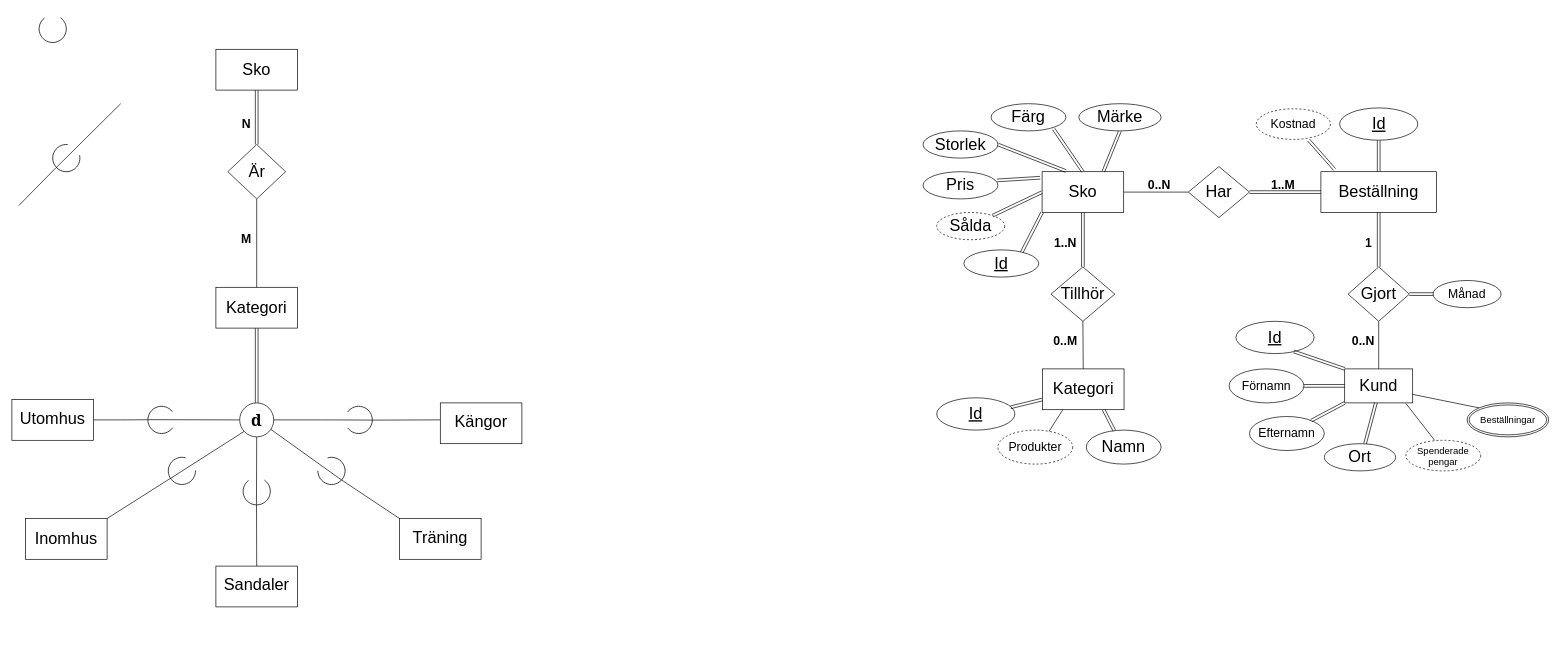
Above: Untitled Diagram.drawio in Sondaicus/Databasteknik-uppgift-1 (draw.io), before the change. Source tidied: cells renumbered, new cells numbered last; positions are measured from the earlier drawing's top-left corner, leaving out a move shared by most shapes. Both pictures are drawn from the tidied source at 68%, with x=0, y=0 at pixel (12, 15).
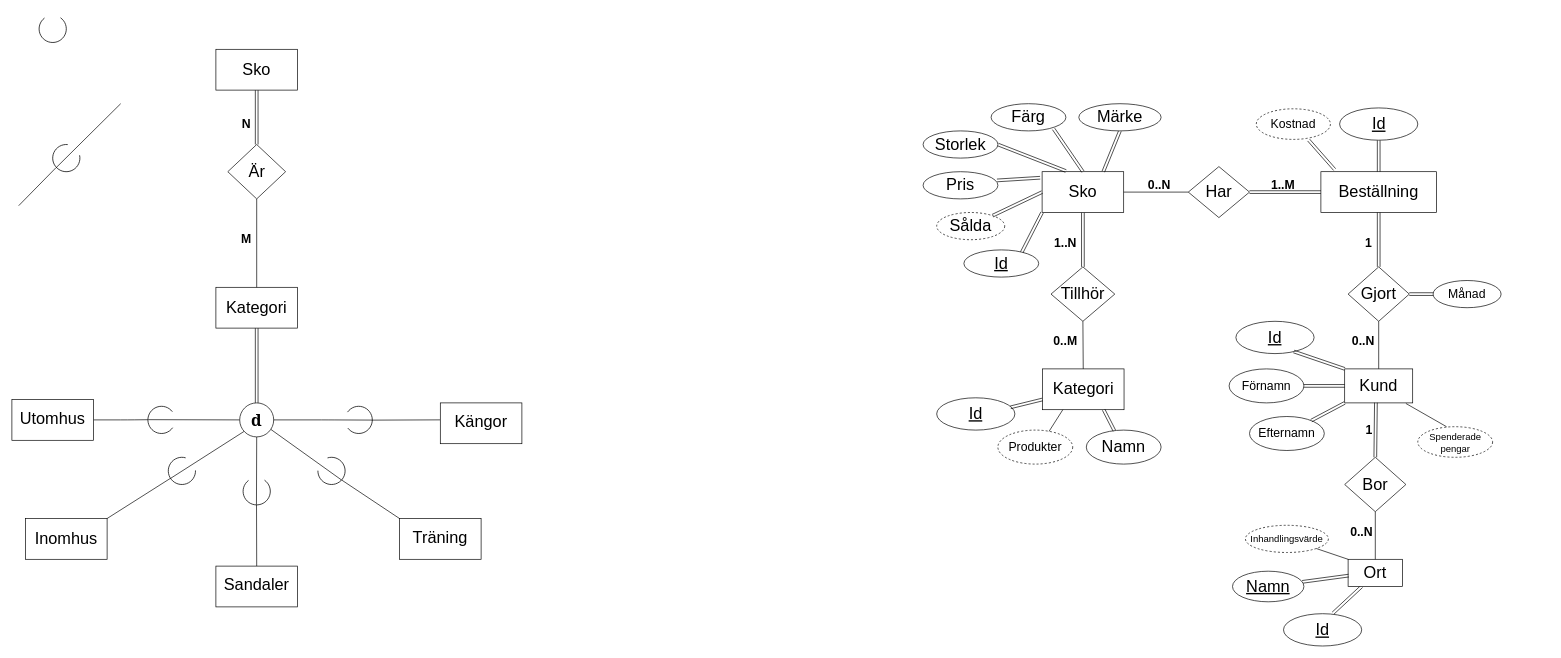
Above is the later version.

The change refers to these unchanged cells:
```xml
<mxCell id="62" value="&lt;font style=&quot;font-size: 24px&quot;&gt;Kund&lt;/font&gt;" style="rounded=0;whiteSpace=wrap;html=1;" parent="1" vertex="1">
  <mxGeometry x="1960" y="520" width="100" height="50" as="geometry" />
</mxCell>
```

Change to the diagram source:
```diff
@@
-    <mxCell id="64" value="&lt;font style=&quot;font-size: 24px&quot;&gt;Ort&lt;/font&gt;" style="ellipse;whiteSpace=wrap;html=1;" parent="1" vertex="1">
-      <mxGeometry x="1930" y="630" width="105" height="40" as="geometry" />
-    </mxCell>
-    <mxCell id="65" style="endArrow=none;html=1;entryX=0.459;entryY=0.994;entryDx=0;entryDy=0;exitX=0.571;exitY=0;exitDx=0;exitDy=0;exitPerimeter=0;shape=link;entryPerimeter=0;" parent="1" edge="1" source="64" target="62">
+    <mxCell id="65" style="endArrow=none;html=1;entryX=0.459;entryY=0.994;entryDx=0;entryDy=0;shape=link;entryPerimeter=0;exitX=0.5;exitY=0;exitDx=0;exitDy=0;" parent="1" edge="1" source="92" target="62">
       <mxGeometry relative="1" as="geometry" />
     </mxCell>
     <mxCell id="66" value="&lt;font style=&quot;font-size: 14px&quot;&gt;Spenderade pengar&lt;/font&gt;" style="ellipse;whiteSpace=wrap;html=1;align=center;dashed=1;" parent="1" vertex="1">
-      <mxGeometry x="2050" y="625" width="110" height="45" as="geometry" />
+      <mxGeometry x="2067.5" y="605" width="110" height="45" as="geometry" />
     </mxCell>
@@
-    <mxCell id="80" style="endArrow=none;html=1;entryX=1;entryY=0.75;entryDx=0;entryDy=0;exitX=0;exitY=0;exitDx=0;exitDy=0;" parent="1" edge="1" source="81" target="62">
-      <mxGeometry relative="1" as="geometry" />
-    </mxCell>
-    <mxCell id="81" value="&lt;font style=&quot;font-size: 14px&quot;&gt;Beställningar&lt;/font&gt;" style="ellipse;shape=doubleEllipse;margin=3;whiteSpace=wrap;html=1;align=center;" parent="1" vertex="1">
-      <mxGeometry x="2140" y="570" width="120" height="50" as="geometry" />
-    </mxCell>
@@
+    <mxCell id="90" value="&lt;font style=&quot;font-size: 14px&quot;&gt;Inhandlingsvärde&lt;/font&gt;" style="ellipse;whiteSpace=wrap;html=1;align=center;dashed=1;" parent="1" vertex="1">
+      <mxGeometry x="1814" y="750" width="122" height="40" as="geometry" />
+    </mxCell>
+    <mxCell id="91" style="endArrow=none;html=1;entryX=0;entryY=0;entryDx=0;entryDy=0;exitX=1;exitY=1;exitDx=0;exitDy=0;" parent="1" edge="1" source="90" target="64">
+      <mxGeometry relative="1" as="geometry" />
+    </mxCell>
+    <mxCell id="92" value="&lt;font style=&quot;font-size: 24px&quot;&gt;Bor&lt;/font&gt;" style="rhombus;whiteSpace=wrap;html=1;" parent="1" vertex="1">
+      <mxGeometry x="1960" y="650" width="90" height="80" as="geometry" />
+    </mxCell>
+    <mxCell id="93" style="edgeStyle=none;shape=link;rounded=0;jettySize=auto;html=1;exitX=0.25;exitY=1;exitDx=0;exitDy=0;entryX=0.634;entryY=-0.018;entryDx=0;entryDy=0;entryPerimeter=0;" parent="1" edge="1" source="64" target="99">
+      <mxGeometry relative="1" as="geometry" />
+    </mxCell>
+    <mxCell id="64" value="&lt;font style=&quot;font-size: 24px&quot;&gt;Ort&lt;/font&gt;" style="rounded=0;whiteSpace=wrap;html=1;" parent="1" vertex="1">
+      <mxGeometry x="1965" y="800" width="80" height="40" as="geometry" />
+    </mxCell>
+    <mxCell id="94" value="&lt;font style=&quot;font-size: 18px&quot;&gt;&lt;b&gt;1&lt;/b&gt;&lt;/font&gt;" style="text;html=1;strokeColor=none;fillColor=none;align=center;verticalAlign=middle;whiteSpace=wrap;rounded=0;" parent="1" vertex="1">
+      <mxGeometry x="1975.5" y="600" width="40" height="20" as="geometry" />
+    </mxCell>
+    <mxCell id="95" style="endArrow=none;html=1;entryX=0.5;entryY=1;entryDx=0;entryDy=0;exitX=0.5;exitY=0;exitDx=0;exitDy=0;" parent="1" edge="1" source="64" target="92">
+      <mxGeometry relative="1" as="geometry" />
+    </mxCell>
+    <mxCell id="96" value="&lt;font style=&quot;font-size: 18px&quot;&gt;&lt;b&gt;0..N&lt;/b&gt;&lt;/font&gt;" style="text;html=1;strokeColor=none;fillColor=none;align=center;verticalAlign=middle;whiteSpace=wrap;rounded=0;" parent="1" vertex="1">
+      <mxGeometry x="1965" y="750" width="40" height="20" as="geometry" />
+    </mxCell>
+    <mxCell id="97" style="edgeStyle=none;shape=link;rounded=0;jettySize=auto;html=1;entryX=0.011;entryY=0.6;entryDx=0;entryDy=0;entryPerimeter=0;" parent="1" edge="1" source="98" target="64">
+      <mxGeometry relative="1" as="geometry" />
+    </mxCell>
+    <mxCell id="98" value="&lt;font style=&quot;font-size: 24px&quot;&gt;&lt;u&gt;Namn&lt;/u&gt;&lt;/font&gt;" style="ellipse;whiteSpace=wrap;html=1;" parent="1" vertex="1">
+      <mxGeometry x="1795" y="817.5" width="105" height="45" as="geometry" />
+    </mxCell>
+    <mxCell id="99" value="&lt;font style=&quot;font-size: 24px&quot;&gt;&lt;u&gt;Id&lt;/u&gt;&lt;/font&gt;" style="ellipse;whiteSpace=wrap;html=1;" parent="1" vertex="1">
+      <mxGeometry x="1870" y="880" width="115" height="47.5" as="geometry" />
+    </mxCell>
```
